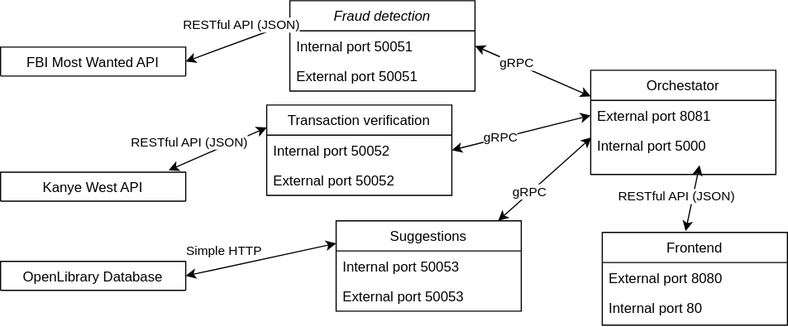
The draw.io diagram docs/Architecture diagram.svg in RonaldJudin/ds-practice-2025, before a commit. Source tidied: cells renumbered, new cells last; positions are measured from the earlier drawing's top-left corner, leaving out a move shared by most shapes.
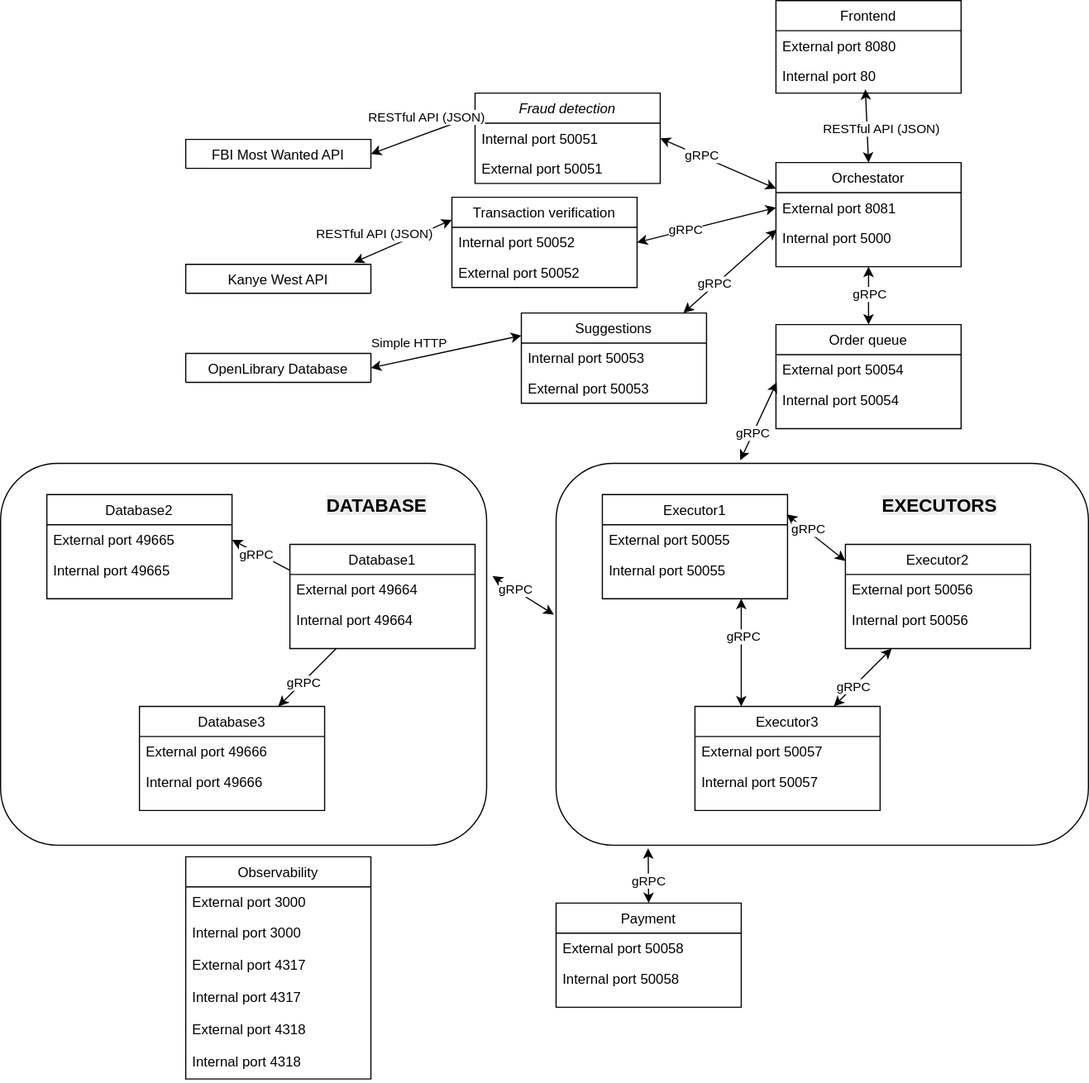
The same file after the commit.

Change to the diagram source:
```diff
@@ -2,6 +2,9 @@
   <root>
     <mxCell id="0" />
     <mxCell id="1" parent="0" />
+    <mxCell id="34" style="rounded=1;whiteSpace=wrap;html=1;" parent="1" vertex="1">
+      <mxGeometry x="320" y="320" width="460" height="330" as="geometry" />
+    </mxCell>
     <mxCell id="2" value="Fraud detection" style="swimlane;fontStyle=2;align=center;verticalAlign=top;horizontal=1;startSize=26;rounded=0;shadow=0;strokeWidth=1;" parent="1" vertex="1">
       <mxGeometry x="250" width="160" height="78" as="geometry" />
     </mxCell>
@@ -57,7 +60,7 @@
       <mxGeometry x="-0.31" y="1" relative="1" as="geometry" />
     </mxCell>
     <mxCell id="20" value="Frontend" style="swimlane;fontStyle=0;align=center;verticalAlign=top;horizontal=1;startSize=26;rounded=0;shadow=0;strokeWidth=1;" parent="1" vertex="1">
-      <mxGeometry x="520" y="200" width="160" height="80" as="geometry" />
+      <mxGeometry x="510" y="-80" width="160" height="80" as="geometry" />
     </mxCell>
     <mxCell id="21" value="External port 8080" style="text;align=left;verticalAlign=top;spacingLeft=4;spacingRight=4;overflow=hidden;" parent="20" vertex="1">
       <mxGeometry y="26" width="160" height="26" as="geometry" />
@@ -65,12 +68,12 @@
     <mxCell id="22" value="Internal port 80" style="text;align=left;verticalAlign=top;spacingLeft=4;spacingRight=4;overflow=hidden;points=[[0,0.5],[1,0.5]];portConstraint=eastwest;rounded=0;shadow=0;html=0;" parent="20" vertex="1">
       <mxGeometry y="52" width="160" height="26" as="geometry" />
     </mxCell>
-    <mxCell id="23" style="endArrow=classic;startArrow=classic;html=1;rounded=0;entryX=0.588;entryY=1.154;entryDx=0;entryDy=0;entryPerimeter=0;exitX=0.45;exitY=-0.014;exitDx=0;exitDy=0;exitPerimeter=0;" parent="1" edge="1" source="20" target="13">
+    <mxCell id="23" style="endArrow=classic;startArrow=classic;html=1;rounded=0;entryX=0.5;entryY=0;entryDx=0;entryDy=0;exitX=0.483;exitY=0.949;exitDx=0;exitDy=0;exitPerimeter=0;" parent="1" edge="1" source="22" target="11">
       <mxGeometry relative="1" as="geometry" />
     </mxCell>
     <mxCell id="24" value="RESTful API (JSON)" style="edgeLabel;html=1;align=center;verticalAlign=middle;" parent="23" vertex="1">
       <mxGeometry x="-0.31" y="1" relative="1" as="geometry">
-        <mxPoint x="-12" y="-11" as="offset" />
+        <mxPoint x="11" y="12" as="offset" />
       </mxGeometry>
     </mxCell>
     <mxCell id="25" value="FBI Most Wanted API" style="swimlane;fontStyle=0;align=center;verticalAlign=top;horizontal=1;startSize=26;rounded=0;shadow=0;strokeWidth=1;" parent="1" vertex="1">
@@ -106,5 +109,169 @@
         <mxPoint x="-12" y="-11" as="offset" />
       </mxGeometry>
     </mxCell>
+    <mxCell id="35" value="Order queue" style="swimlane;fontStyle=0;align=center;verticalAlign=top;horizontal=1;startSize=26;rounded=0;shadow=0;strokeWidth=1;" parent="1" vertex="1">
+      <mxGeometry x="510" y="200" width="160" height="90" as="geometry" />
+    </mxCell>
+    <mxCell id="36" value="External port 50054" style="text;align=left;verticalAlign=top;spacingLeft=4;spacingRight=4;overflow=hidden;points=[[0,0.5],[1,0.5]];portConstraint=eastwest;rounded=0;shadow=0;html=0;" parent="35" vertex="1">
+      <mxGeometry y="26" width="160" height="26" as="geometry" />
+    </mxCell>
+    <mxCell id="37" value="Internal port 50054" style="text;align=left;verticalAlign=top;spacingLeft=4;spacingRight=4;overflow=hidden;rounded=0;shadow=0;html=0;" parent="35" vertex="1">
+      <mxGeometry y="52" width="160" height="26" as="geometry" />
+    </mxCell>
+    <mxCell id="38" style="endArrow=classic;startArrow=classic;html=1;rounded=0;entryX=0.5;entryY=1;entryDx=0;entryDy=0;exitX=0.5;exitY=0;exitDx=0;exitDy=0;" parent="1" edge="1" source="35" target="11">
+      <mxGeometry relative="1" as="geometry" />
+    </mxCell>
+    <mxCell id="39" value="gRPC" style="edgeLabel;html=1;align=center;verticalAlign=middle;" parent="38" vertex="1">
+      <mxGeometry x="-0.31" y="1" relative="1" as="geometry">
+        <mxPoint x="1" y="-10" as="offset" />
+      </mxGeometry>
+    </mxCell>
+    <mxCell id="40" value="Executor1" style="swimlane;fontStyle=0;align=center;verticalAlign=top;horizontal=1;startSize=26;rounded=0;shadow=0;strokeWidth=1;" parent="1" vertex="1">
+      <mxGeometry x="360" y="347" width="160" height="90" as="geometry" />
+    </mxCell>
+    <mxCell id="41" value="External port 50055" style="text;align=left;verticalAlign=top;spacingLeft=4;spacingRight=4;overflow=hidden;rounded=0;shadow=0;html=0;" parent="40" vertex="1">
+      <mxGeometry y="26" width="160" height="26" as="geometry" />
+    </mxCell>
+    <mxCell id="42" value="Internal port 50055" style="text;align=left;verticalAlign=top;spacingLeft=4;spacingRight=4;overflow=hidden;rounded=0;shadow=0;html=0;" parent="40" vertex="1">
+      <mxGeometry y="52" width="160" height="26" as="geometry" />
+    </mxCell>
+    <mxCell id="43" value="Executor2" style="swimlane;fontStyle=0;align=center;verticalAlign=top;horizontal=1;startSize=26;rounded=0;shadow=0;strokeWidth=1;" parent="1" vertex="1">
+      <mxGeometry x="570" y="390" width="160" height="90" as="geometry" />
+    </mxCell>
+    <mxCell id="44" value="External port 50056" style="text;align=left;verticalAlign=top;spacingLeft=4;spacingRight=4;overflow=hidden;rounded=0;shadow=0;html=0;" parent="43" vertex="1">
+      <mxGeometry y="26" width="160" height="26" as="geometry" />
+    </mxCell>
+    <mxCell id="45" value="Internal port 50056" style="text;align=left;verticalAlign=top;spacingLeft=4;spacingRight=4;overflow=hidden;rounded=0;shadow=0;html=0;" parent="43" vertex="1">
+      <mxGeometry y="52" width="160" height="26" as="geometry" />
+    </mxCell>
+    <mxCell id="46" value="Executor3" style="swimlane;fontStyle=0;align=center;verticalAlign=top;horizontal=1;startSize=26;rounded=0;shadow=0;strokeWidth=1;" parent="1" vertex="1">
+      <mxGeometry x="440" y="530" width="160" height="90" as="geometry" />
+    </mxCell>
+    <mxCell id="47" value="External port 50057" style="text;align=left;verticalAlign=top;spacingLeft=4;spacingRight=4;overflow=hidden;rounded=0;shadow=0;html=0;" parent="46" vertex="1">
+      <mxGeometry y="26" width="160" height="26" as="geometry" />
+    </mxCell>
+    <mxCell id="48" value="Internal port 50057" style="text;align=left;verticalAlign=top;spacingLeft=4;spacingRight=4;overflow=hidden;rounded=0;shadow=0;html=0;" parent="46" vertex="1">
+      <mxGeometry y="52" width="160" height="26" as="geometry" />
+    </mxCell>
+    <mxCell id="49" style="endArrow=classic;startArrow=classic;html=1;rounded=0;entryX=0.25;entryY=1;entryDx=0;entryDy=0;exitX=0.75;exitY=0;exitDx=0;exitDy=0;" parent="1" edge="1" source="46" target="43">
+      <mxGeometry relative="1" as="geometry" />
+    </mxCell>
+    <mxCell id="50" value="gRPC" style="edgeLabel;html=1;align=center;verticalAlign=middle;" parent="49" vertex="1">
+      <mxGeometry x="-0.31" y="1" relative="1" as="geometry" />
+    </mxCell>
+    <mxCell id="51" style="endArrow=classic;startArrow=classic;html=1;rounded=0;entryX=0.25;entryY=0;entryDx=0;entryDy=0;exitX=0.75;exitY=1;exitDx=0;exitDy=0;" parent="1" edge="1" source="40" target="46">
+      <mxGeometry relative="1" as="geometry" />
+    </mxCell>
+    <mxCell id="52" value="gRPC" style="edgeLabel;html=1;align=center;verticalAlign=middle;" parent="51" vertex="1">
+      <mxGeometry x="-0.31" y="1" relative="1" as="geometry" />
+    </mxCell>
+    <mxCell id="53" style="endArrow=classic;startArrow=classic;html=1;rounded=0;entryX=0;entryY=0.159;entryDx=0;entryDy=0;entryPerimeter=0;exitX=0.996;exitY=0.189;exitDx=0;exitDy=0;exitPerimeter=0;" parent="1" edge="1" source="40" target="43">
+      <mxGeometry relative="1" as="geometry" />
+    </mxCell>
+    <mxCell id="54" value="gRPC" style="edgeLabel;html=1;align=center;verticalAlign=middle;" parent="53" vertex="1">
+      <mxGeometry x="-0.31" y="1" relative="1" as="geometry" />
+    </mxCell>
+    <mxCell id="55" value="&lt;span style=&quot;color: rgb(0, 0, 0); font-family: Helvetica; font-style: normal; font-variant-ligatures: normal; font-variant-caps: normal; letter-spacing: normal; orphans: 2; text-align: center; text-indent: 0px; text-transform: none; widows: 2; word-spacing: 0px; -webkit-text-stroke-width: 0px; white-space: normal; background-color: rgb(236, 236, 236); text-decoration-thickness: initial; text-decoration-style: initial; text-decoration-color: initial; float: none; display: inline !important;&quot;&gt;EXECUTORS&lt;/span&gt;" style="text;whiteSpace=wrap;html=1;fontStyle=1;fontSize=16;" parent="1" vertex="1">
+      <mxGeometry x="600" y="340" width="110" height="40" as="geometry" />
+    </mxCell>
+    <mxCell id="56" style="endArrow=classic;startArrow=classic;html=1;rounded=0;entryX=0.004;entryY=0.923;entryDx=0;entryDy=0;entryPerimeter=0;exitX=0.346;exitY=-0.008;exitDx=0;exitDy=0;exitPerimeter=0;" parent="1" edge="1" source="34" target="36">
+      <mxGeometry relative="1" as="geometry" />
+    </mxCell>
+    <mxCell id="57" value="gRPC" style="edgeLabel;html=1;align=center;verticalAlign=middle;" parent="56" vertex="1">
+      <mxGeometry x="-0.31" y="1" relative="1" as="geometry" />
+    </mxCell>
+    <mxCell id="58" value="Payment" style="swimlane;fontStyle=0;align=center;verticalAlign=top;horizontal=1;startSize=26;rounded=0;shadow=0;strokeWidth=1;" parent="1" vertex="1">
+      <mxGeometry x="320" y="700" width="160" height="90" as="geometry" />
+    </mxCell>
+    <mxCell id="59" value="External port 50058" style="text;align=left;verticalAlign=top;spacingLeft=4;spacingRight=4;overflow=hidden;rounded=0;shadow=0;html=0;" parent="58" vertex="1">
+      <mxGeometry y="26" width="160" height="26" as="geometry" />
+    </mxCell>
+    <mxCell id="60" value="Internal port 50058" style="text;align=left;verticalAlign=top;spacingLeft=4;spacingRight=4;overflow=hidden;rounded=0;shadow=0;html=0;" parent="58" vertex="1">
+      <mxGeometry y="52" width="160" height="28" as="geometry" />
+    </mxCell>
+    <mxCell id="61" style="rounded=1;whiteSpace=wrap;html=1;" parent="1" vertex="1">
+      <mxGeometry x="-160" y="320" width="420" height="330" as="geometry" />
+    </mxCell>
+    <mxCell id="62" value="Database2" style="swimlane;fontStyle=0;align=center;verticalAlign=top;horizontal=1;startSize=26;rounded=0;shadow=0;strokeWidth=1;" parent="1" vertex="1">
+      <mxGeometry x="-120" y="347" width="160" height="90" as="geometry" />
+    </mxCell>
+    <mxCell id="63" value="External port 49665" style="text;align=left;verticalAlign=top;spacingLeft=4;spacingRight=4;overflow=hidden;points=[[0,0.5],[1,0.5]];portConstraint=eastwest;rounded=0;shadow=0;html=0;" parent="62" vertex="1">
+      <mxGeometry y="26" width="160" height="26" as="geometry" />
+    </mxCell>
+    <mxCell id="64" value="Internal port 49665" style="text;align=left;verticalAlign=top;spacingLeft=4;spacingRight=4;overflow=hidden;rounded=0;shadow=0;html=0;" parent="62" vertex="1">
+      <mxGeometry y="52" width="160" height="26" as="geometry" />
+    </mxCell>
+    <mxCell id="65" value="Database1" style="swimlane;fontStyle=0;align=center;verticalAlign=top;horizontal=1;startSize=26;rounded=0;shadow=0;strokeWidth=1;" parent="1" vertex="1">
+      <mxGeometry x="90" y="390" width="160" height="90" as="geometry" />
+    </mxCell>
+    <mxCell id="66" value="External port 49664" style="text;align=left;verticalAlign=top;spacingLeft=4;spacingRight=4;overflow=hidden;rounded=0;shadow=0;html=0;" parent="65" vertex="1">
+      <mxGeometry y="26" width="160" height="26" as="geometry" />
+    </mxCell>
+    <mxCell id="67" value="Internal port 49664" style="text;align=left;verticalAlign=top;spacingLeft=4;spacingRight=4;overflow=hidden;rounded=0;shadow=0;html=0;" parent="65" vertex="1">
+      <mxGeometry y="52" width="160" height="26" as="geometry" />
+    </mxCell>
+    <mxCell id="68" value="Database3" style="swimlane;fontStyle=0;align=center;verticalAlign=top;horizontal=1;startSize=26;rounded=0;shadow=0;strokeWidth=1;" parent="1" vertex="1">
+      <mxGeometry x="-40" y="530" width="160" height="90" as="geometry" />
+    </mxCell>
+    <mxCell id="69" value="External port 49666" style="text;align=left;verticalAlign=top;spacingLeft=4;spacingRight=4;overflow=hidden;rounded=0;shadow=0;html=0;" parent="68" vertex="1">
+      <mxGeometry y="26" width="160" height="26" as="geometry" />
+    </mxCell>
+    <mxCell id="70" value="Internal port 49666" style="text;align=left;verticalAlign=top;spacingLeft=4;spacingRight=4;overflow=hidden;rounded=0;shadow=0;html=0;" parent="68" vertex="1">
+      <mxGeometry y="52" width="160" height="26" as="geometry" />
+    </mxCell>
+    <mxCell id="71" value="&lt;span style=&quot;color: rgb(0, 0, 0); font-family: Helvetica; font-style: normal; font-variant-ligatures: normal; font-variant-caps: normal; letter-spacing: normal; orphans: 2; text-align: center; text-indent: 0px; text-transform: none; widows: 2; word-spacing: 0px; -webkit-text-stroke-width: 0px; white-space: normal; background-color: rgb(236, 236, 236); text-decoration-thickness: initial; text-decoration-style: initial; text-decoration-color: initial; float: none; display: inline !important;&quot;&gt;DATABASE&lt;/span&gt;" style="text;whiteSpace=wrap;html=1;fontStyle=1;fontSize=16;" parent="1" vertex="1">
+      <mxGeometry x="120" y="340" width="110" height="40" as="geometry" />
+    </mxCell>
+    <mxCell id="72" style="endArrow=classic;html=1;rounded=0;exitX=0;exitY=0.25;exitDx=0;exitDy=0;entryX=1;entryY=0.5;entryDx=0;entryDy=0;" parent="1" edge="1" source="65" target="63">
+      <mxGeometry relative="1" as="geometry" />
+    </mxCell>
+    <mxCell id="73" value="gRPC" style="edgeLabel;html=1;align=center;verticalAlign=middle;" parent="72" vertex="1">
+      <mxGeometry x="0.15" relative="1" as="geometry">
+        <mxPoint y="1" as="offset" />
+      </mxGeometry>
+    </mxCell>
+    <mxCell id="74" style="endArrow=classic;html=1;rounded=0;exitX=0.25;exitY=1;exitDx=0;exitDy=0;entryX=0.75;entryY=0;entryDx=0;entryDy=0;" parent="1" edge="1" source="65" target="68">
+      <mxGeometry relative="1" as="geometry" />
+    </mxCell>
+    <mxCell id="75" value="gRPC" style="edgeLabel;html=1;align=center;verticalAlign=middle;" parent="74" vertex="1">
+      <mxGeometry x="0.15" relative="1" as="geometry">
+        <mxPoint y="1" as="offset" />
+      </mxGeometry>
+    </mxCell>
+    <mxCell id="76" style="endArrow=classic;startArrow=classic;html=1;rounded=0;entryX=-0.004;entryY=0.396;entryDx=0;entryDy=0;entryPerimeter=0;exitX=1.012;exitY=0.295;exitDx=0;exitDy=0;exitPerimeter=0;" parent="1" edge="1" source="61" target="34">
+      <mxGeometry relative="1" as="geometry" />
+    </mxCell>
+    <mxCell id="77" value="gRPC" style="edgeLabel;html=1;align=center;verticalAlign=middle;" parent="76" vertex="1">
+      <mxGeometry x="-0.31" y="1" relative="1" as="geometry" />
+    </mxCell>
+    <mxCell id="78" style="endArrow=classic;startArrow=classic;html=1;rounded=0;entryX=0.173;entryY=1.008;entryDx=0;entryDy=0;entryPerimeter=0;exitX=0.5;exitY=0;exitDx=0;exitDy=0;" parent="1" edge="1" source="58" target="34">
+      <mxGeometry relative="1" as="geometry" />
+    </mxCell>
+    <mxCell id="79" value="gRPC" style="edgeLabel;html=1;align=center;verticalAlign=middle;" parent="78" vertex="1">
+      <mxGeometry x="-0.31" y="1" relative="1" as="geometry">
+        <mxPoint x="1" y="-4" as="offset" />
+      </mxGeometry>
+    </mxCell>
+    <mxCell id="80" value="Observability" style="swimlane;fontStyle=0;align=center;verticalAlign=top;horizontal=1;startSize=26;rounded=0;shadow=0;strokeWidth=1;" parent="1" vertex="1">
+      <mxGeometry y="660" width="160" height="192" as="geometry" />
+    </mxCell>
+    <mxCell id="81" value="External port 3000" style="text;align=left;verticalAlign=top;spacingLeft=4;spacingRight=4;overflow=hidden;rounded=0;shadow=0;html=0;" parent="80" vertex="1">
+      <mxGeometry y="26" width="160" height="26" as="geometry" />
+    </mxCell>
+    <mxCell id="82" value="Internal port 3000" style="text;align=left;verticalAlign=top;spacingLeft=4;spacingRight=4;overflow=hidden;rounded=0;shadow=0;html=0;" parent="80" vertex="1">
+      <mxGeometry y="52" width="160" height="28" as="geometry" />
+    </mxCell>
+    <mxCell id="83" value="External port 4317" style="text;align=left;verticalAlign=top;spacingLeft=4;spacingRight=4;overflow=hidden;rounded=0;shadow=0;html=0;" parent="80" vertex="1">
+      <mxGeometry y="80" width="160" height="28" as="geometry" />
+    </mxCell>
+    <mxCell id="84" value="Internal port 4317" style="text;align=left;verticalAlign=top;spacingLeft=4;spacingRight=4;overflow=hidden;rounded=0;shadow=0;html=0;" parent="80" vertex="1">
+      <mxGeometry y="108" width="160" height="28" as="geometry" />
+    </mxCell>
+    <mxCell id="85" value="External port 4318" style="text;align=left;verticalAlign=top;spacingLeft=4;spacingRight=4;overflow=hidden;rounded=0;shadow=0;html=0;" parent="80" vertex="1">
+      <mxGeometry y="136" width="160" height="28" as="geometry" />
+    </mxCell>
+    <mxCell id="86" value="Internal port 4318" style="text;align=left;verticalAlign=top;spacingLeft=4;spacingRight=4;overflow=hidden;rounded=0;shadow=0;html=0;" parent="80" vertex="1">
+      <mxGeometry y="164" width="160" height="28" as="geometry" />
+    </mxCell>
   </root>
 </mxGraphModel>
```
